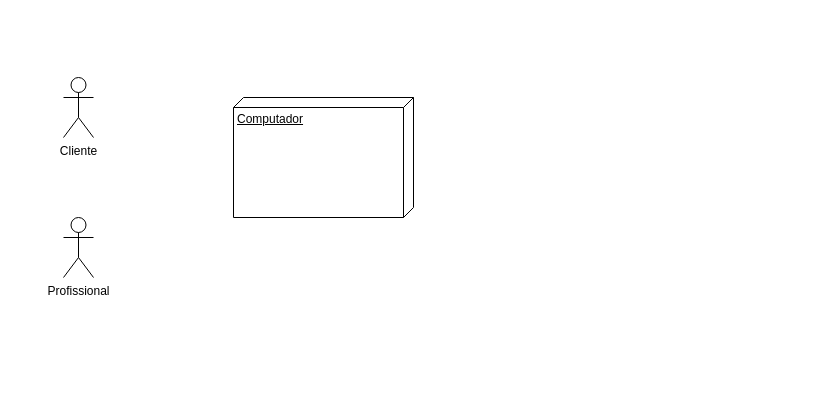
JayanaCecilia/PIM-PodoCris keeps this draw.io diagram as Diagrama de Implementação.drawio. Above is the earlier version. Source tidied: cells renumbered, new cells numbered last; positions are measured from the earlier drawing's top-left corner, leaving out a move shared by most shapes. Both pictures are drawn from the tidied source at 100%, with x=0, y=0 at pixel (63, 77).
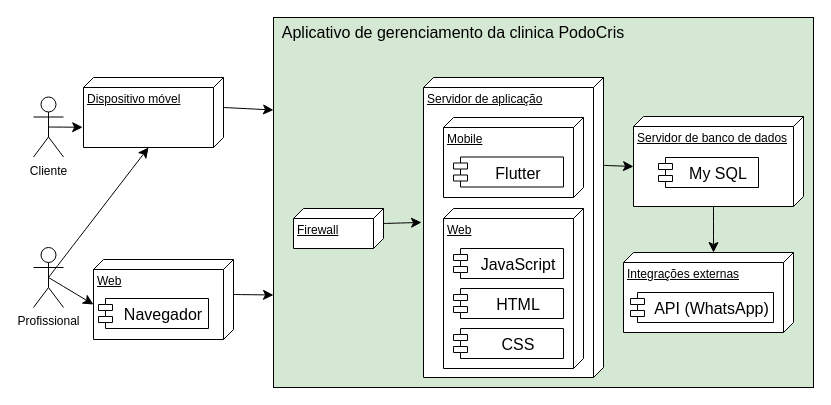
The same diagram, later.

Change to the diagram source:
```diff
@@
+    <mxCell id="5" style="html=1;whiteSpace=wrap;fontSize=16;fillColor=#d5e8d4;strokeColor=#000000;" parent="1" vertex="1">
+      <mxGeometry x="210" y="-60" width="540" height="370" as="geometry" />
+    </mxCell>
+    <mxCell id="6" value="Servidor de aplicação" style="verticalAlign=top;align=left;spacingTop=8;spacingLeft=2;spacingRight=12;shape=cube;size=10;direction=south;fontStyle=4;html=1;whiteSpace=wrap;" parent="1" vertex="1">
+      <mxGeometry x="360" width="180" height="300" as="geometry" />
+    </mxCell>
     <mxCell id="2" value="Cliente" style="shape=umlActor;verticalLabelPosition=bottom;verticalAlign=top;html=1;" parent="1" vertex="1">
-      <mxGeometry width="30" height="60" as="geometry" />
+      <mxGeometry x="-30" y="19.5" width="30" height="60" as="geometry" />
     </mxCell>
     <mxCell id="3" value="Profissional" style="shape=umlActor;verticalLabelPosition=bottom;verticalAlign=top;html=1;" parent="1" vertex="1">
-      <mxGeometry y="140" width="30" height="60" as="geometry" />
+      <mxGeometry x="-30" y="170" width="30" height="60" as="geometry" />
     </mxCell>
+    <mxCell id="7" style="edgeStyle=none;curved=1;rounded=0;jettySize=auto;html=1;exitX=0;exitY=0;exitDx=35;exitDy=0;exitPerimeter=0;entryX=0;entryY=0.75;entryDx=0;entryDy=0;fontSize=12;startSize=8;endSize=8;" parent="1" edge="1" source="4" target="5">
+      <mxGeometry relative="1" as="geometry" />
+    </mxCell>
-    <mxCell id="4" value="Computador" style="verticalAlign=top;align=left;spacingTop=8;spacingLeft=2;spacingRight=12;shape=cube;size=10;direction=south;fontStyle=4;html=1;whiteSpace=wrap;" parent="1" vertex="1">
-      <mxGeometry x="170" y="20" width="180" height="120" as="geometry" />
+    <mxCell id="4" value="Web" style="verticalAlign=top;align=left;spacingTop=8;spacingLeft=2;spacingRight=12;shape=cube;size=10;direction=south;fontStyle=4;html=1;whiteSpace=wrap;" parent="1" vertex="1">
+      <mxGeometry x="30" y="182" width="140" height="80" as="geometry" />
     </mxCell>
+    <mxCell id="8" style="edgeStyle=none;curved=1;rounded=0;jettySize=auto;html=1;exitX=0;exitY=0;exitDx=30;exitDy=0;exitPerimeter=0;entryX=0;entryY=0.25;entryDx=0;entryDy=0;fontSize=12;startSize=8;endSize=8;" parent="1" edge="1" source="9" target="5">
+      <mxGeometry relative="1" as="geometry" />
+    </mxCell>
+    <mxCell id="9" value="Dispositivo móvel" style="verticalAlign=top;align=left;spacingTop=8;spacingLeft=2;spacingRight=12;shape=cube;size=10;direction=south;fontStyle=4;html=1;whiteSpace=wrap;" parent="1" vertex="1">
+      <mxGeometry x="20" width="140" height="70" as="geometry" />
+    </mxCell>
+    <mxCell id="10" value="Servidor de banco de dados" style="verticalAlign=top;align=left;spacingTop=8;spacingLeft=2;spacingRight=12;shape=cube;size=10;direction=south;fontStyle=4;html=1;whiteSpace=wrap;" parent="1" vertex="1">
+      <mxGeometry x="570" y="39" width="170" height="90" as="geometry" />
+    </mxCell>
+    <mxCell id="11" value="Web" style="verticalAlign=top;align=left;spacingTop=8;spacingLeft=2;spacingRight=12;shape=cube;size=10;direction=south;fontStyle=4;html=1;whiteSpace=wrap;" parent="1" vertex="1">
+      <mxGeometry x="380" y="131" width="140" height="160" as="geometry" />
+    </mxCell>
+    <mxCell id="12" value="JavaScript" style="shape=module;align=left;spacingLeft=20;align=center;verticalAlign=top;whiteSpace=wrap;html=1;fontSize=16;jettyWidth=14;jettyHeight=6;" parent="1" vertex="1">
+      <mxGeometry x="390" y="171" width="110" height="30" as="geometry" />
+    </mxCell>
+    <mxCell id="13" value="HTML" style="shape=module;align=left;spacingLeft=20;align=center;verticalAlign=top;whiteSpace=wrap;html=1;fontSize=16;jettyWidth=14;jettyHeight=6;" parent="1" vertex="1">
+      <mxGeometry x="390" y="211" width="110" height="30" as="geometry" />
+    </mxCell>
+    <mxCell id="14" value="CSS" style="shape=module;align=left;spacingLeft=20;align=center;verticalAlign=top;whiteSpace=wrap;html=1;fontSize=16;jettyWidth=14;jettyHeight=6;" parent="1" vertex="1">
+      <mxGeometry x="390" y="251" width="110" height="30" as="geometry" />
+    </mxCell>
+    <mxCell id="15" value="My SQL" style="shape=module;align=left;spacingLeft=20;align=center;verticalAlign=top;whiteSpace=wrap;html=1;fontSize=16;jettyWidth=14;jettyHeight=6;" parent="1" vertex="1">
+      <mxGeometry x="595" y="80" width="100" height="30" as="geometry" />
+    </mxCell>
+    <mxCell id="16" value="Navegador" style="shape=module;align=left;spacingLeft=20;align=center;verticalAlign=top;whiteSpace=wrap;html=1;fontSize=16;jettyWidth=14;jettyHeight=6;shadow=0;" parent="1" vertex="1">
+      <mxGeometry x="35" y="221" width="110" height="30" as="geometry" />
+    </mxCell>
+    <mxCell id="17" value="Mobile" style="verticalAlign=top;align=left;spacingTop=8;spacingLeft=2;spacingRight=12;shape=cube;size=10;direction=south;fontStyle=4;html=1;whiteSpace=wrap;" parent="1" vertex="1">
+      <mxGeometry x="380" y="40" width="140" height="80" as="geometry" />
+    </mxCell>
+    <mxCell id="18" value="Flutter" style="shape=module;align=left;spacingLeft=20;align=center;verticalAlign=top;whiteSpace=wrap;html=1;fontSize=16;jettyWidth=14;jettyHeight=6;" parent="1" vertex="1">
+      <mxGeometry x="390" y="79.5" width="110" height="30" as="geometry" />
+    </mxCell>
+    <mxCell id="19" value="Firewall" style="verticalAlign=top;align=left;spacingTop=8;spacingLeft=2;spacingRight=12;shape=cube;size=10;direction=south;fontStyle=4;html=1;whiteSpace=wrap;" parent="1" vertex="1">
+      <mxGeometry x="230" y="131" width="90" height="40" as="geometry" />
+    </mxCell>
+    <mxCell id="20" value="Integrações externas" style="verticalAlign=top;align=left;spacingTop=8;spacingLeft=2;spacingRight=12;shape=cube;size=10;direction=south;fontStyle=4;html=1;whiteSpace=wrap;" parent="1" vertex="1">
+      <mxGeometry x="560" y="175" width="170" height="80" as="geometry" />
+    </mxCell>
+    <mxCell id="21" value="API (WhatsApp)" style="shape=module;align=left;spacingLeft=20;align=center;verticalAlign=top;whiteSpace=wrap;html=1;fontSize=16;jettyWidth=14;jettyHeight=6;" parent="1" vertex="1">
+      <mxGeometry x="567" y="215" width="143" height="30" as="geometry" />
+    </mxCell>
+    <mxCell id="22" style="edgeStyle=none;curved=1;rounded=0;jettySize=auto;html=1;exitX=0;exitY=0;exitDx=90;exitDy=90;exitPerimeter=0;entryX=0;entryY=0;entryDx=0;entryDy=80;entryPerimeter=0;fontSize=12;startSize=8;endSize=8;" parent="1" edge="1" source="10" target="20">
+      <mxGeometry relative="1" as="geometry" />
+    </mxCell>
+    <mxCell id="23" style="edgeStyle=none;curved=1;rounded=0;jettySize=auto;html=1;exitX=0.293;exitY=-0.003;exitDx=0;exitDy=0;exitPerimeter=0;entryX=0;entryY=0;entryDx=50;entryDy=170;entryPerimeter=0;fontSize=12;startSize=8;endSize=8;" parent="1" edge="1" source="6" target="10">
+      <mxGeometry relative="1" as="geometry" />
+    </mxCell>
+    <mxCell id="24" style="edgeStyle=none;curved=1;rounded=0;jettySize=auto;html=1;exitX=0;exitY=0;exitDx=15;exitDy=0;exitPerimeter=0;entryX=0.483;entryY=1.011;entryDx=0;entryDy=0;entryPerimeter=0;fontSize=12;startSize=8;endSize=8;" parent="1" edge="1" source="19" target="6">
+      <mxGeometry relative="1" as="geometry" />
+    </mxCell>
+    <mxCell id="25" value="Aplicativo de gerenciamento da clinica PodoCris" style="text;html=1;strokeColor=none;fillColor=none;align=center;verticalAlign=middle;whiteSpace=wrap;rounded=0;fontSize=16;" parent="1" vertex="1">
+      <mxGeometry x="210" y="-60" width="360" height="30" as="geometry" />
+    </mxCell>
+    <mxCell id="26" style="edgeStyle=none;curved=1;rounded=0;jettySize=auto;html=1;exitX=0.5;exitY=0.5;exitDx=0;exitDy=0;exitPerimeter=0;entryX=0.711;entryY=1.006;entryDx=0;entryDy=0;entryPerimeter=0;fontSize=12;startSize=8;endSize=8;" parent="1" edge="1" source="2" target="9">
+      <mxGeometry relative="1" as="geometry" />
+    </mxCell>
+    <mxCell id="27" style="edgeStyle=none;curved=1;rounded=0;jettySize=auto;html=1;exitX=0.5;exitY=0.5;exitDx=0;exitDy=0;exitPerimeter=0;entryX=0;entryY=0;entryDx=45;entryDy=140;entryPerimeter=0;fontSize=12;startSize=8;endSize=8;" parent="1" edge="1" source="3" target="4">
+      <mxGeometry relative="1" as="geometry" />
+    </mxCell>
+    <mxCell id="28" style="edgeStyle=none;curved=1;rounded=0;jettySize=auto;html=1;exitX=0.5;exitY=0.5;exitDx=0;exitDy=0;exitPerimeter=0;entryX=0;entryY=0;entryDx=70;entryDy=75;entryPerimeter=0;fontSize=12;startSize=8;endSize=8;" parent="1" edge="1" source="3" target="9">
+      <mxGeometry relative="1" as="geometry" />
+    </mxCell>
```
